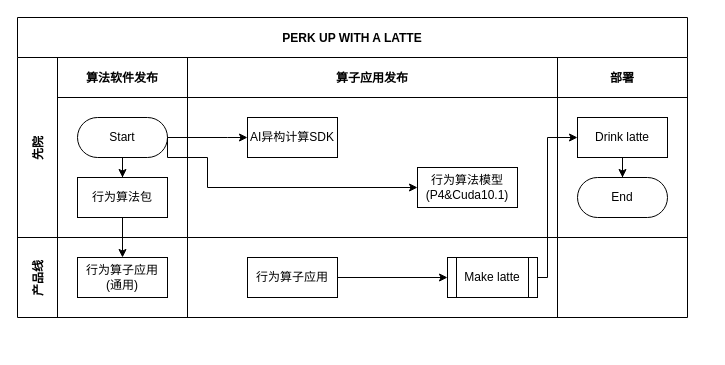
Above: architech_2.drawio in snowolfhawk/ceph-scripts (draw.io), before the change. Source tidied: cells renumbered, new cells numbered last; positions are measured from the earlier drawing's top-left corner, leaving out a move shared by most shapes. Both pictures are drawn from the tidied source at 100%, with x=0, y=0 at pixel (17, 17).
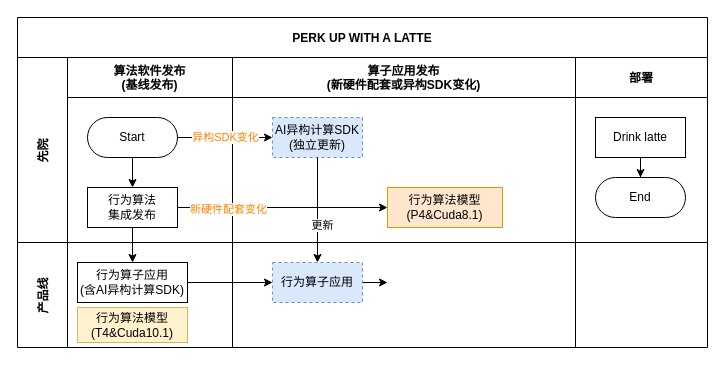
The same diagram, later.

Unchanged cells that the change refers to:
```xml
<mxCell id="7" value="Start" style="rounded=1;whiteSpace=wrap;html=1;arcSize=50;" parent="5" vertex="1">
  <mxGeometry x="20" y="60" width="90" height="40" as="geometry" />
</mxCell>
<mxCell id="14" value="Drink latte" style="rounded=0;whiteSpace=wrap;html=1;" parent="12" vertex="1">
  <mxGeometry x="20" y="60" width="90" height="40" as="geometry" />
</mxCell>
```

What changed in the source:
```diff
@@
     <mxCell id="2" value="PERK UP WITH A LATTE" style="shape=table;childLayout=tableLayout;startSize=40;fillColor=none;fontStyle=1;" parent="1" vertex="1">
-      <mxGeometry width="670" height="300" as="geometry" />
+      <mxGeometry width="690" height="330" as="geometry" />
     </mxCell>
@@
-    <mxCell id="4" value="先院" style="shape=tableRow;horizontal=0;swimlaneHead=0;swimlaneBody=0;top=0;left=0;bottom=0;right=0;fillColor=none;startSize=40;fontStyle=1;" parent="2" vertex="1">
-      <mxGeometry y="40" width="670" height="180" as="geometry" />
+    <mxCell id="4" value="先院" style="shape=tableRow;horizontal=0;swimlaneHead=0;swimlaneBody=0;top=0;left=0;bottom=0;right=0;fillColor=none;startSize=50;fontStyle=1;" parent="2" vertex="1">
+      <mxGeometry y="40" width="690" height="185" as="geometry" />
     </mxCell>
-    <mxCell id="5" value="算法软件发布" style="swimlane;swimlaneHead=0;swimlaneBody=0;fillColor=none;startSize=40;fontStyle=1;" parent="4" vertex="1">
-      <mxGeometry x="40" width="130" height="180" as="geometry" />
+    <mxCell id="5" value="算法软件发布&#10;(基线发布)" style="swimlane;swimlaneHead=0;swimlaneBody=0;fillColor=none;startSize=40;fontStyle=1;" parent="4" vertex="1">
+      <mxGeometry x="50" width="165" height="185" as="geometry" />
     </mxCell>
@@
-    <mxCell id="8" value="行为算法包" style="rounded=0;whiteSpace=wrap;html=1;" parent="5" vertex="1">
-      <mxGeometry x="20" y="120" width="90" height="40" as="geometry" />
+    <mxCell id="8" value="行为算法&lt;br&gt;集成发布" style="rounded=0;whiteSpace=wrap;html=1;" parent="5" vertex="1">
+      <mxGeometry x="20" y="130" width="90" height="40" as="geometry" />
     </mxCell>
-    <mxCell id="9" value="算子应用发布" style="swimlane;swimlaneHead=0;swimlaneBody=0;fillColor=none;startSize=40;fontStyle=1;" parent="4" vertex="1">
-      <mxGeometry x="170" width="370" height="180" as="geometry" />
+    <mxCell id="9" value="算子应用发布&#10;(新硬件配套或异构SDK变化)" style="swimlane;swimlaneHead=0;swimlaneBody=0;fillColor=none;startSize=40;fontStyle=1;" parent="4" vertex="1">
+      <mxGeometry x="215" width="343" height="185" as="geometry" />
     </mxCell>
-    <mxCell id="10" value="AI异构计算SDK" style="rounded=0;whiteSpace=wrap;html=1;" parent="9" vertex="1">
-      <mxGeometry x="60" y="60" width="90" height="40" as="geometry" />
+    <mxCell id="10" value="AI异构计算SDK&lt;br&gt;(独立更新)" style="rounded=0;whiteSpace=wrap;html=1;dashed=1;fillColor=#dae8fc;strokeColor=#6c8ebf;" parent="9" vertex="1">
+      <mxGeometry x="40" y="60" width="90" height="40" as="geometry" />
     </mxCell>
-    <mxCell id="11" value="行为算法模型&lt;br&gt;(P4&amp;amp;Cuda10.1)" style="rounded=0;whiteSpace=wrap;html=1;" parent="9" vertex="1">
-      <mxGeometry x="230" y="110" width="100" height="40" as="geometry" />
-    </mxCell>
+    <mxCell id="27" value="行为算法模型&lt;br&gt;(P4&amp;amp;Cuda8.1)" style="rounded=0;whiteSpace=wrap;html=1;fillColor=#ffe6cc;strokeColor=#d79b00;" parent="9" vertex="1">
+      <mxGeometry x="155" y="130" width="115" height="40" as="geometry" />
+    </mxCell>
     <mxCell id="12" value="部署" style="swimlane;swimlaneHead=0;swimlaneBody=0;fillColor=none;startSize=40;fontStyle=1;" parent="4" vertex="1">
-      <mxGeometry x="540" width="130" height="180" as="geometry" />
+      <mxGeometry x="558" width="132" height="185" as="geometry" />
     </mxCell>
@@
-    <mxCell id="16" style="edgeStyle=orthogonalEdgeStyle;rounded=0;jettySize=auto;html=1;exitX=1;exitY=0.5;exitDx=0;exitDy=0;" parent="4" edge="1" source="7" target="10">
+    <mxCell id="16" value="&lt;font color=&quot;#ff8000&quot;&gt;异构SDK变化&lt;/font&gt;" style="edgeStyle=orthogonalEdgeStyle;rounded=0;jettySize=auto;html=1;exitX=1;exitY=0.5;exitDx=0;exitDy=0;" parent="4" edge="1" source="7" target="10">
       <mxGeometry relative="1" as="geometry">
         <Array as="points">
           <mxPoint x="210" y="80" />
           <mxPoint x="210" y="80" />
         </Array>
       </mxGeometry>
     </mxCell>
-    <mxCell id="17" style="endArrow=classic;html=1;rounded=0;exitX=1;exitY=0.5;exitDx=0;exitDy=0;entryX=0;entryY=0.5;entryDx=0;entryDy=0;" parent="4" edge="1" source="7" target="11">
-      <mxGeometry relative="1" as="geometry">
-        <Array as="points">
-          <mxPoint x="150" y="100" />
-          <mxPoint x="190" y="100" />
-          <mxPoint x="190" y="130" />
-        </Array>
-      </mxGeometry>
-    </mxCell>
+    <mxCell id="28" style="endArrow=classic;html=1;rounded=0;exitX=1;exitY=0.5;exitDx=0;exitDy=0;entryX=0;entryY=0.5;entryDx=0;entryDy=0;" parent="4" edge="1" source="8" target="27">
+      <mxGeometry relative="1" as="geometry" />
+    </mxCell>
+    <mxCell id="29" value="&lt;font color=&quot;#ff8000&quot;&gt;新硬件配套变化&lt;/font&gt;" style="edgeLabel;html=1;align=center;verticalAlign=middle;" parent="28" vertex="1">
+      <mxGeometry x="-0.52" y="-1" relative="1" as="geometry" />
+    </mxCell>
-    <mxCell id="18" value="产品线" style="shape=tableRow;horizontal=0;swimlaneHead=0;swimlaneBody=0;top=0;left=0;bottom=0;right=0;fillColor=none;startSize=40;fontStyle=1;" parent="2" vertex="1">
-      <mxGeometry y="220" width="670" height="80" as="geometry" />
+    <mxCell id="18" value="产品线" style="shape=tableRow;horizontal=0;swimlaneHead=0;swimlaneBody=0;top=0;left=0;bottom=0;right=0;fillColor=none;startSize=50;fontStyle=1;" parent="2" vertex="1">
+      <mxGeometry y="225" width="690" height="105" as="geometry" />
     </mxCell>
     <mxCell id="19" style="swimlane;swimlaneHead=0;swimlaneBody=0;fillColor=none;startSize=0;fontStyle=1;" parent="18" vertex="1">
-      <mxGeometry x="40" width="130" height="80" as="geometry" />
+      <mxGeometry x="50" width="165" height="105" as="geometry" />
     </mxCell>
-    <mxCell id="20" value="行为算子应用&lt;br&gt;(通用)" style="rounded=0;whiteSpace=wrap;html=1;" parent="19" vertex="1">
-      <mxGeometry x="20" y="20" width="90" height="40" as="geometry" />
+    <mxCell id="20" value="行为算子应用&lt;br&gt;(含AI异构计算SDK)" style="rounded=0;whiteSpace=wrap;html=1;" parent="19" vertex="1">
+      <mxGeometry x="10" y="20" width="110" height="40" as="geometry" />
     </mxCell>
+    <mxCell id="30" value="行为算法模型&lt;br&gt;(T4&amp;amp;Cuda10.1)" style="rounded=0;whiteSpace=wrap;html=1;fillColor=#fff2cc;strokeColor=#d6b656;" parent="19" vertex="1">
+      <mxGeometry x="10" y="65" width="110" height="35" as="geometry" />
+    </mxCell>
     <mxCell id="21" style="swimlane;swimlaneHead=0;swimlaneBody=0;fillColor=none;startSize=0;fontStyle=1;" parent="18" vertex="1">
-      <mxGeometry x="170" width="370" height="80" as="geometry" />
+      <mxGeometry x="215" width="343" height="105" as="geometry" />
     </mxCell>
-    <mxCell id="22" style="edgeStyle=orthogonalEdgeStyle;rounded=0;jettySize=auto;html=1;" parent="21" edge="1" source="23" target="24">
-      <mxGeometry relative="1" as="geometry" />
+    <mxCell id="22" style="edgeStyle=orthogonalEdgeStyle;rounded=0;jettySize=auto;html=1;" parent="21" edge="1" source="23">
+      <mxGeometry relative="1" as="geometry">
+        <mxPoint x="155" y="40" as="targetPoint" />
+      </mxGeometry>
     </mxCell>
-    <mxCell id="23" value="行为算子应用" style="rounded=0;whiteSpace=wrap;html=1;" parent="21" vertex="1">
-      <mxGeometry x="60" y="20" width="90" height="40" as="geometry" />
+    <mxCell id="23" value="行为算子应用" style="rounded=0;whiteSpace=wrap;html=1;fillColor=#dae8fc;strokeColor=#6c8ebf;dashed=1;" parent="21" vertex="1">
+      <mxGeometry x="40" y="20" width="90" height="40" as="geometry" />
     </mxCell>
-    <mxCell id="24" value="Make latte" style="shape=process;whiteSpace=wrap;html=1;backgroundOutline=1;" parent="21" vertex="1">
-      <mxGeometry x="260" y="20" width="90" height="40" as="geometry" />
-    </mxCell>
     <mxCell id="25" style="swimlane;swimlaneHead=0;swimlaneBody=0;fillColor=none;startSize=0;fontStyle=1;" parent="18" vertex="1">
-      <mxGeometry x="540" width="130" height="80" as="geometry" />
+      <mxGeometry x="558" width="132" height="105" as="geometry" />
     </mxCell>
-    <mxCell id="26" style="edgeStyle=orthogonalEdgeStyle;rounded=0;jettySize=auto;html=1;" parent="2" edge="1" source="24" target="14">
-      <mxGeometry relative="1" as="geometry">
-        <Array as="points">
-          <mxPoint x="530" y="260" />
-          <mxPoint x="530" y="120" />
-        </Array>
-      </mxGeometry>
-    </mxCell>
+    <mxCell id="31" style="endArrow=classic;html=1;rounded=0;exitX=1;exitY=0.5;exitDx=0;exitDy=0;entryX=0;entryY=0.5;entryDx=0;entryDy=0;" parent="18" edge="1" source="20" target="23">
+      <mxGeometry relative="1" as="geometry" />
+    </mxCell>
+    <mxCell id="32" style="endArrow=classic;html=1;rounded=0;exitX=0.5;exitY=1;exitDx=0;exitDy=0;entryX=0.5;entryY=0;entryDx=0;entryDy=0;" parent="2" edge="1" source="10" target="23">
+      <mxGeometry relative="1" as="geometry" />
+    </mxCell>
+    <mxCell id="33" value="更新" style="edgeLabel;html=1;align=center;verticalAlign=middle;" parent="32" vertex="1">
+      <mxGeometry x="0.28" y="4" relative="1" as="geometry" />
+    </mxCell>
```
